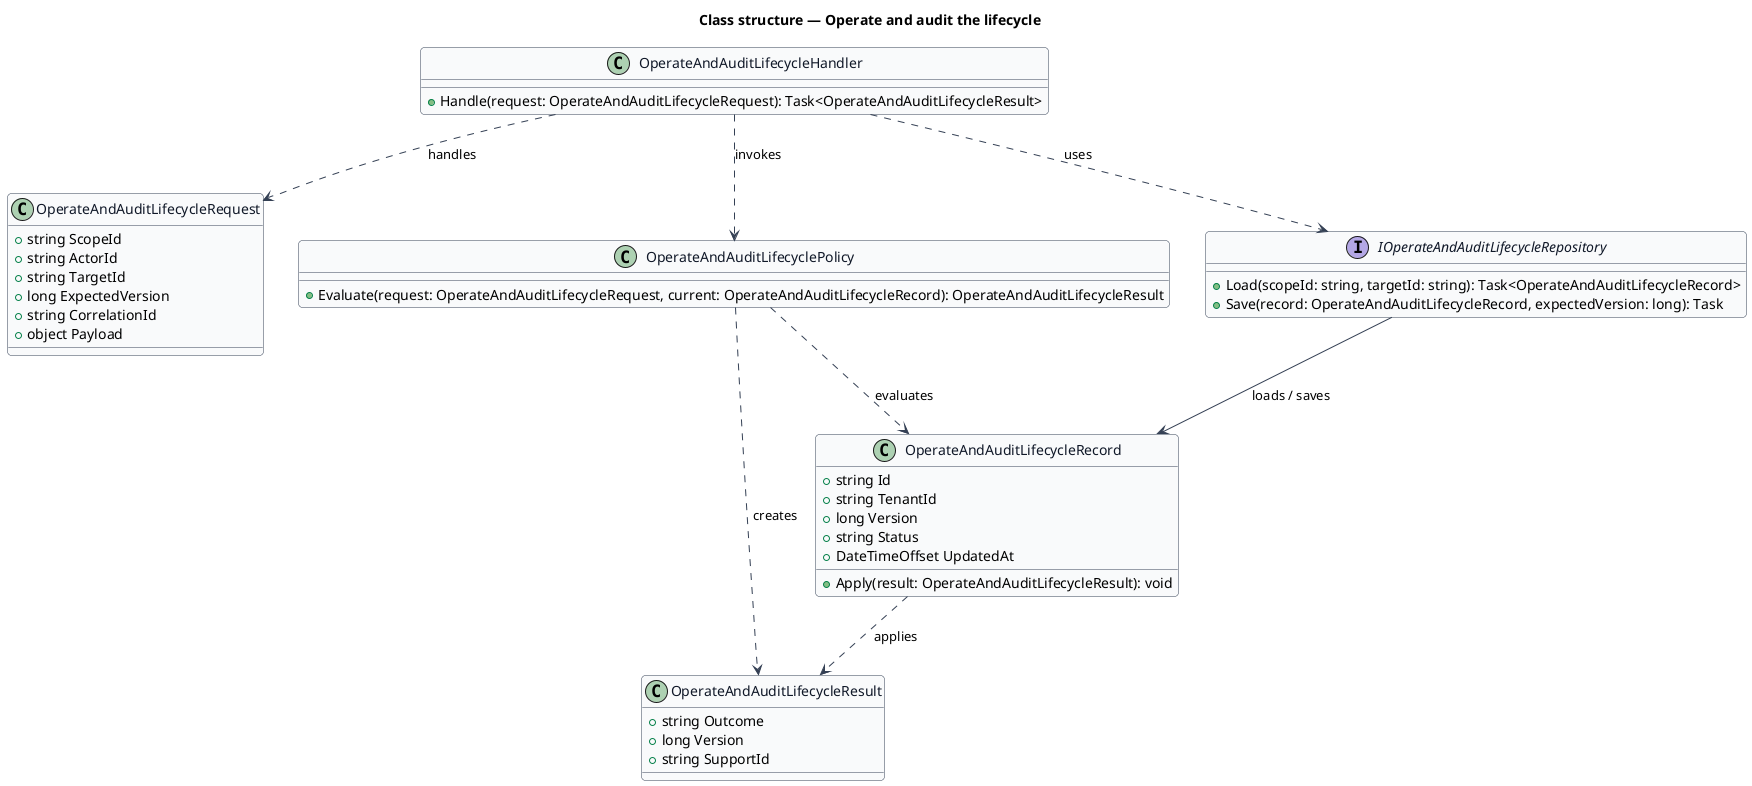
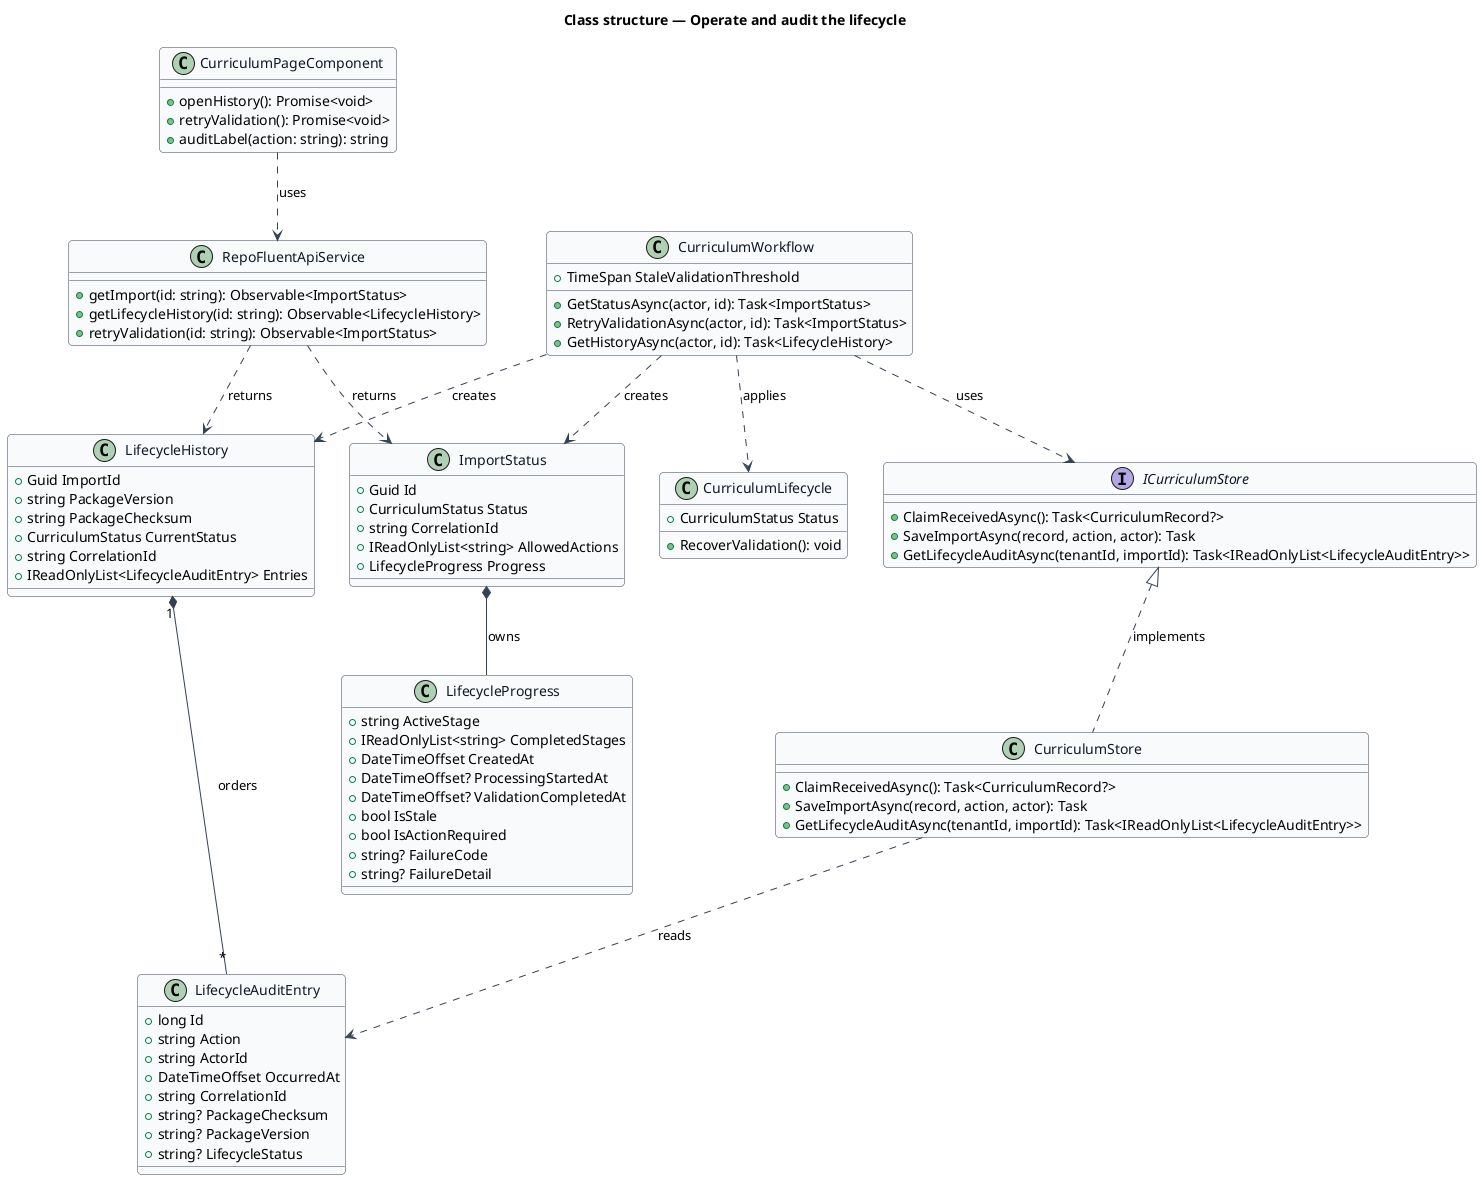
@startuml
skinparam backgroundColor #FFFFFF
skinparam shadowing false
skinparam roundcorner 8
skinparam defaultFontName Arial
skinparam ArrowColor #344054
skinparam class {
  BorderColor #344054
  FontColor #101828
  BackgroundColor #F9FAFB
}
title Class structure — Operate and audit the lifecycle

- class OperateAndAuditLifecycleRequest {
-   +string ScopeId
-   +string ActorId
-   +string TargetId
-   +long ExpectedVersion
-   +string CorrelationId
-   +object Payload
+ class CurriculumPageComponent {
+   +openHistory(): Promise<void>
+   +retryValidation(): Promise<void>
+   +auditLabel(action: string): string
}

- class OperateAndAuditLifecycleResult {
-   +string Outcome
-   +long Version
-   +string SupportId
+ class RepoFluentApiService {
+   +getImport(id: string): Observable<ImportStatus>
+   +getLifecycleHistory(id: string): Observable<LifecycleHistory>
+   +retryValidation(id: string): Observable<ImportStatus>
}

- class OperateAndAuditLifecycleRecord {
-   +string Id
-   +string TenantId
-   +long Version
-   +string Status
-   +DateTimeOffset UpdatedAt
-   +Apply(result: OperateAndAuditLifecycleResult): void
+ class ImportStatus {
+   +Guid Id
+   +CurriculumStatus Status
+   +string CorrelationId
+   +IReadOnlyList<string> AllowedActions
+   +LifecycleProgress Progress
}

- class OperateAndAuditLifecyclePolicy {
-   +Evaluate(request: OperateAndAuditLifecycleRequest, current: OperateAndAuditLifecycleRecord): OperateAndAuditLifecycleResult
+ class LifecycleProgress {
+   +string ActiveStage
+   +IReadOnlyList<string> CompletedStages
+   +DateTimeOffset CreatedAt
+   +DateTimeOffset? ProcessingStartedAt
+   +DateTimeOffset? ValidationCompletedAt
+   +bool IsStale
+   +bool IsActionRequired
+   +string? FailureCode
+   +string? FailureDetail
}

- interface IOperateAndAuditLifecycleRepository {
-   +Load(scopeId: string, targetId: string): Task<OperateAndAuditLifecycleRecord>
-   +Save(record: OperateAndAuditLifecycleRecord, expectedVersion: long): Task
+ class LifecycleHistory {
+   +Guid ImportId
+   +string PackageVersion
+   +string PackageChecksum
+   +CurriculumStatus CurrentStatus
+   +string CorrelationId
+   +IReadOnlyList<LifecycleAuditEntry> Entries
}

- class OperateAndAuditLifecycleHandler {
-   +Handle(request: OperateAndAuditLifecycleRequest): Task<OperateAndAuditLifecycleResult>
+ class LifecycleAuditEntry {
+   +long Id
+   +string Action
+   +string ActorId
+   +DateTimeOffset OccurredAt
+   +string CorrelationId
+   +string? PackageChecksum
+   +string? PackageVersion
+   +string? LifecycleStatus
}

- OperateAndAuditLifecycleHandler ..> OperateAndAuditLifecycleRequest : handles
- OperateAndAuditLifecycleHandler ..> OperateAndAuditLifecyclePolicy : invokes
- OperateAndAuditLifecycleHandler ..> IOperateAndAuditLifecycleRepository : uses
- IOperateAndAuditLifecycleRepository --> OperateAndAuditLifecycleRecord : loads / saves
- OperateAndAuditLifecyclePolicy ..> OperateAndAuditLifecycleRecord : evaluates
- OperateAndAuditLifecyclePolicy ..> OperateAndAuditLifecycleResult : creates
- OperateAndAuditLifecycleRecord ..> OperateAndAuditLifecycleResult : applies
+ class CurriculumWorkflow {
+   +TimeSpan StaleValidationThreshold
+   +GetStatusAsync(actor, id): Task<ImportStatus>
+   +RetryValidationAsync(actor, id): Task<ImportStatus>
+   +GetHistoryAsync(actor, id): Task<LifecycleHistory>
+ }
+ 
+ class CurriculumLifecycle {
+   +CurriculumStatus Status
+   +RecoverValidation(): void
+ }
+ 
+ interface ICurriculumStore {
+   +ClaimReceivedAsync(): Task<CurriculumRecord?>
+   +SaveImportAsync(record, action, actor): Task
+   +GetLifecycleAuditAsync(tenantId, importId): Task<IReadOnlyList<LifecycleAuditEntry>>
+ }
+ 
+ class CurriculumStore {
+   +ClaimReceivedAsync(): Task<CurriculumRecord?>
+   +SaveImportAsync(record, action, actor): Task
+   +GetLifecycleAuditAsync(tenantId, importId): Task<IReadOnlyList<LifecycleAuditEntry>>
+ }
+ 
+ CurriculumPageComponent ..> RepoFluentApiService : uses
+ RepoFluentApiService ..> ImportStatus : returns
+ RepoFluentApiService ..> LifecycleHistory : returns
+ ImportStatus *-- LifecycleProgress : owns
+ LifecycleHistory "1" *-- "*" LifecycleAuditEntry : orders
+ CurriculumWorkflow ..> ImportStatus : creates
+ CurriculumWorkflow ..> LifecycleHistory : creates
+ CurriculumWorkflow ..> CurriculumLifecycle : applies
+ CurriculumWorkflow ..> ICurriculumStore : uses
+ ICurriculumStore <|.. CurriculumStore : implements
+ CurriculumStore ..> LifecycleAuditEntry : reads
@enduml
